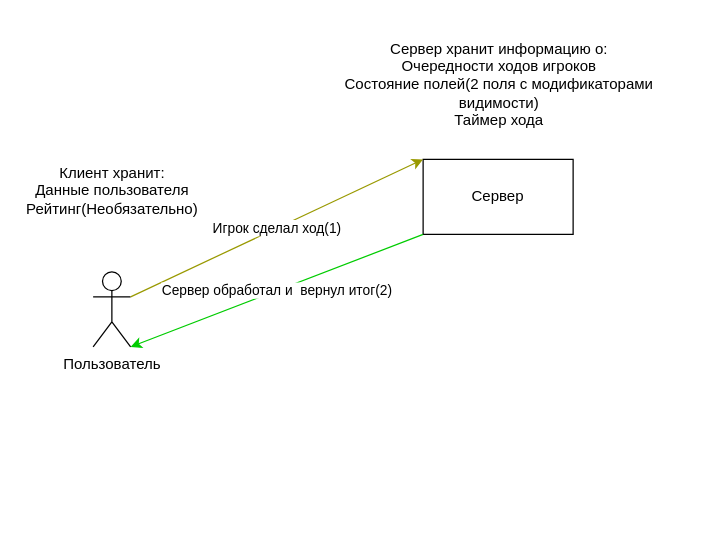
Earlier version of the draw.io diagram План работ/Взаимодействие пользователя и сервера (1).drawio (mrdrakowa/Battleship-War). Source tidied: cells renumbered, new cells numbered last; positions are measured from the earlier drawing's top-left corner, leaving out a move shared by most shapes. Both pictures are drawn from the tidied source at 125%, with x=0, y=0 at pixel (20, 21).
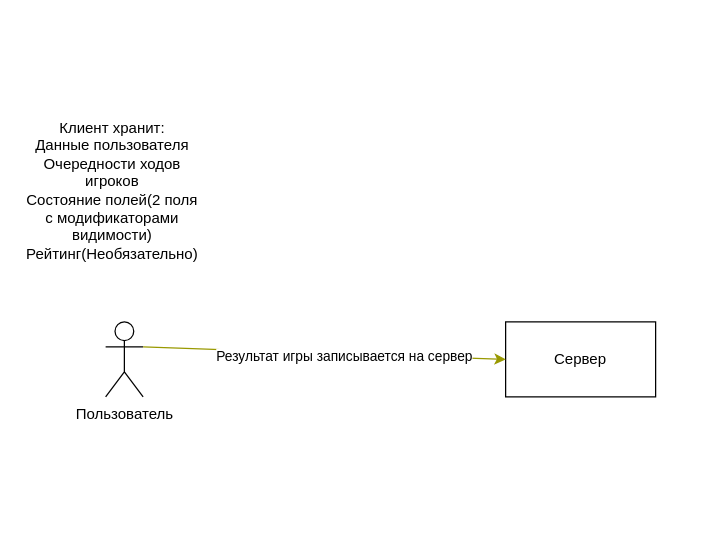
Above is the later version.

Diff of the diagram source:
```diff
@@
 <mxGraphModel>
   <root>
     <mxCell id="0" />
     <mxCell id="1" parent="0" />
     <mxCell id="2" value="Пользователь" style="shape=umlActor;verticalLabelPosition=bottom;verticalAlign=top;html=1;outlineConnect=0;" parent="1" vertex="1">
-      <mxGeometry x="58" y="200" width="30" height="60" as="geometry" />
+      <mxGeometry x="68" y="240" width="30" height="60" as="geometry" />
     </mxCell>
     <mxCell id="3" value="Сервер" style="rounded=0;whiteSpace=wrap;html=1;" parent="1" vertex="1">
-      <mxGeometry x="322" y="110" width="120" height="60" as="geometry" />
+      <mxGeometry x="388" y="240" width="120" height="60" as="geometry" />
     </mxCell>
-    <mxCell id="4" value="Игрок сделал ход(1)" style="endArrow=classic;html=1;rounded=0;strokeColor=#999900;exitX=1;exitY=0.3333333333333333;exitDx=0;exitDy=0;exitPerimeter=0;entryX=0;entryY=0;entryDx=0;entryDy=0;" parent="1" edge="1" source="2" target="3">
-      <mxGeometry relative="1" as="geometry" />
+    <mxCell id="4" value="&lt;br&gt;" style="endArrow=classic;html=1;rounded=0;strokeColor=#999900;exitX=1;exitY=0.3333333333333333;exitDx=0;exitDy=0;exitPerimeter=0;entryX=0;entryY=0.5;entryDx=0;entryDy=0;" parent="1" edge="1" source="2" target="3">
+      <mxGeometry x="1" y="-153" relative="1" as="geometry">
+        <mxPoint x="41" y="-28" as="offset" />
+      </mxGeometry>
     </mxCell>
-    <mxCell id="5" value="Сервер обработал и&amp;nbsp; вернул итог(2)" style="endArrow=classic;html=1;rounded=0;exitX=0;exitY=1;exitDx=0;exitDy=0;entryX=1;entryY=1;entryDx=0;entryDy=0;entryPerimeter=0;strokeColor=#00CC00;" parent="1" edge="1" source="3" target="2">
-      <mxGeometry relative="1" as="geometry" />
-    </mxCell>
-    <mxCell id="6" value="Сервер хранит информацию о:&lt;br&gt;Очередности ходов игроков&lt;br&gt;Состояние полей(2 поля с модификаторами видимости)&lt;br&gt;Таймер хода" style="text;html=1;strokeColor=none;fillColor=none;align=center;verticalAlign=middle;whiteSpace=wrap;rounded=0;" parent="1" vertex="1">
-      <mxGeometry x="228" width="310" height="100" as="geometry" />
-    </mxCell>
+    <mxCell id="8" value="Результат игры записывается на сервер" style="edgeLabel;html=1;align=center;verticalAlign=middle;" parent="4" vertex="1">
+      <mxGeometry x="0.11" y="-2" relative="1" as="geometry" />
+    </mxCell>
-    <mxCell id="7" value="Клиент хранит:&lt;br&gt;Данные пользователя&lt;br&gt;Рейтинг(Необязательно)&lt;br&gt;" style="text;html=1;strokeColor=none;fillColor=none;align=center;verticalAlign=middle;whiteSpace=wrap;rounded=0;" parent="1" vertex="1">
+    <mxCell id="7" value="Клиент хранит:&lt;br&gt;Данные пользователя&lt;br&gt;Очередности ходов игроков&lt;br style=&quot;border-color: var(--border-color);&quot;&gt;Состояние полей(2 поля с модификаторами видимости)&lt;br&gt;Рейтинг(Необязательно)" style="text;html=1;strokeColor=none;fillColor=none;align=center;verticalAlign=middle;whiteSpace=wrap;rounded=0;" parent="1" vertex="1">
       <mxGeometry x="0.5" y="120" width="145" height="30" as="geometry" />
     </mxCell>
   </root>
 </mxGraphModel>
```
